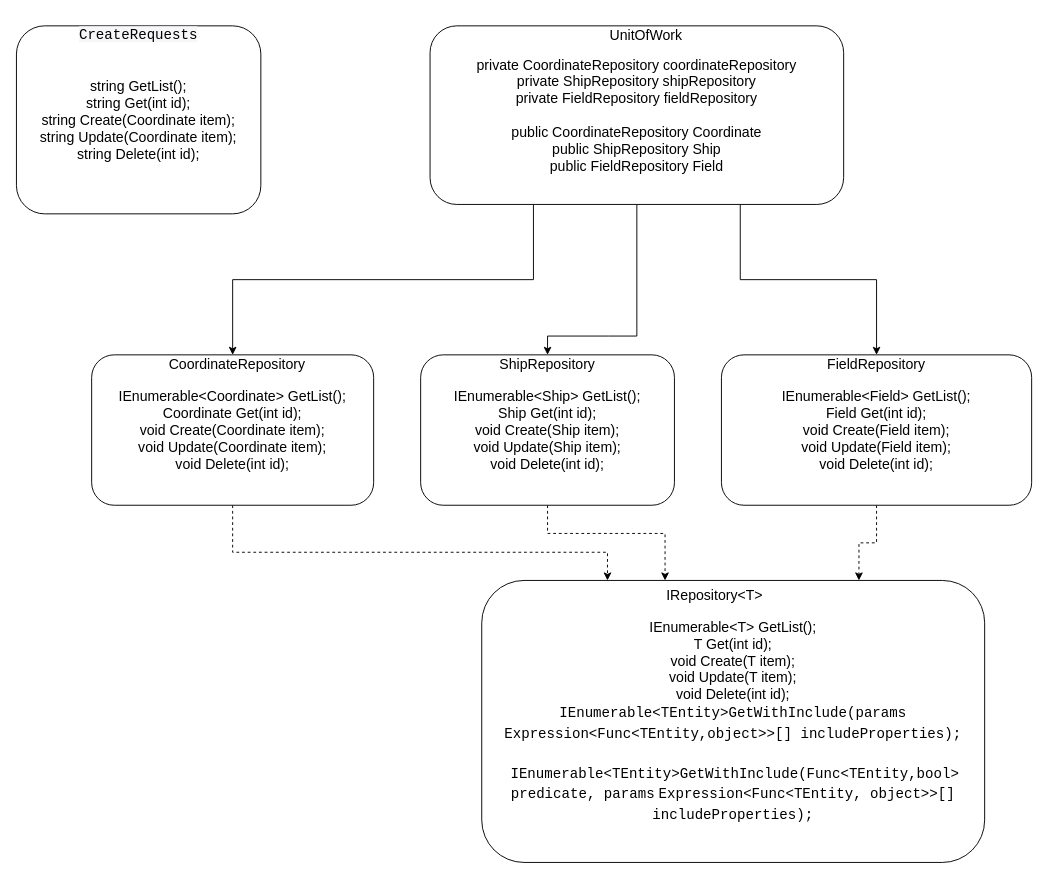
This is Untitled Diagram.drawio from kra5alllez/website, a draw.io file, before an edit. Source tidied: cells renumbered, new cells numbered last; positions are measured from the earlier drawing's top-left corner, leaving out a move shared by most shapes. Both pictures are drawn from the tidied source at 94%, with x=0, y=0 at pixel (16, 16).
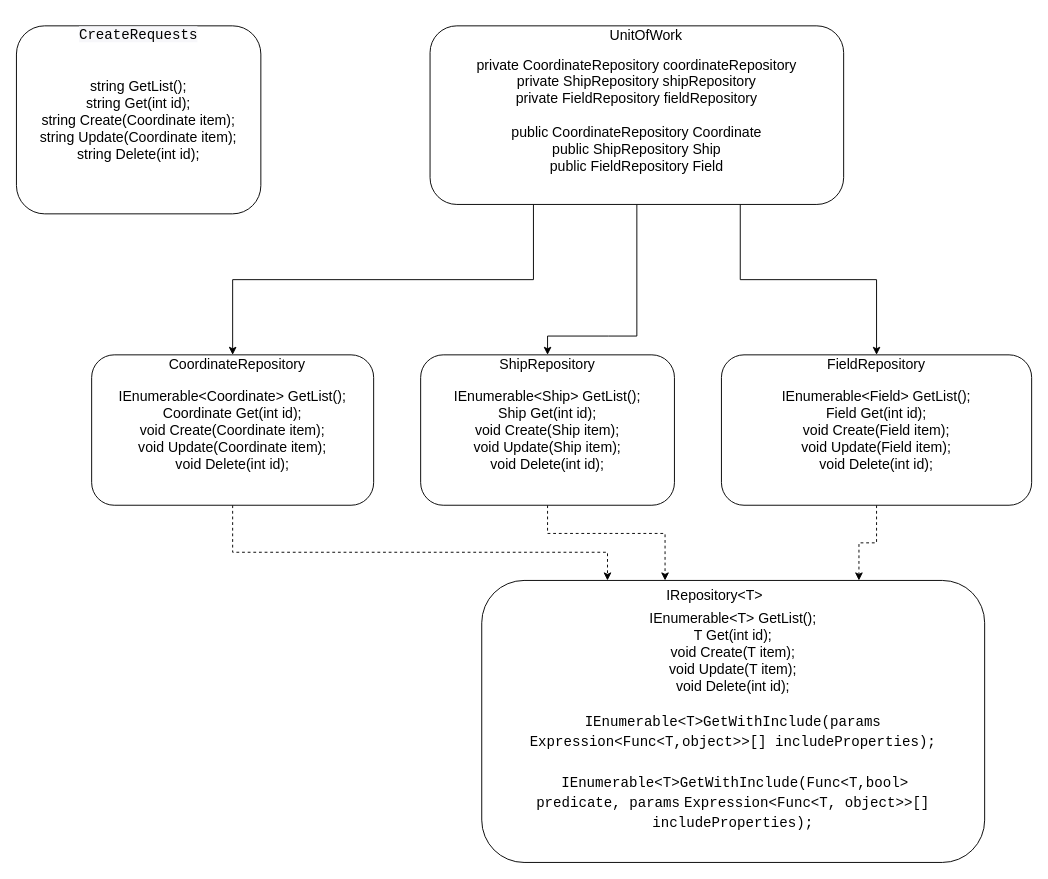
Above is the later version.

Change to the diagram source:
```diff
@@
-    <mxCell id="12" value="&lt;div&gt;&lt;span style=&quot;font-size: 15px&quot;&gt;IEnumerable&amp;lt;T&amp;gt; GetList();&lt;/span&gt;&lt;/div&gt;&lt;font&gt;&lt;div style=&quot;font-size: 15px&quot;&gt;&lt;span&gt;T Get(int id);&lt;/span&gt;&lt;/div&gt;&lt;div style=&quot;font-size: 15px&quot;&gt;&lt;span&gt;void Create(T item);&lt;/span&gt;&lt;/div&gt;&lt;div style=&quot;font-size: 15px&quot;&gt;&lt;span&gt;void Update(T item);&lt;/span&gt;&lt;/div&gt;&lt;div style=&quot;font-size: 15px&quot;&gt;&lt;span&gt;void Delete(int id);&lt;/span&gt;&lt;/div&gt;&lt;p style=&quot;font-size: 15px ; line-height: 19.5px ; border-radius: 0px ; background-image: none ; border: 0px ; float: none ; height: auto ; margin: 0px ; outline: 0px ; overflow: visible ; padding: 0px 0.5em ; position: static ; vertical-align: baseline ; width: auto ; box-sizing: content-box ; min-height: auto&quot;&gt;&lt;font face=&quot;Helvetica&quot;&gt;&lt;code class=&quot;c# plain&quot; style=&quot;line-height: 19.5px ; border-radius: 0px ; background: none ; border: 0px ; float: none ; height: auto ; margin: 0px ; outline: 0px ; overflow: visible ; padding: 0px ; position: static ; vertical-align: baseline ; width: auto ; box-sizing: content-box ; min-height: auto&quot;&gt;IEnumerable&amp;lt;TEntity&amp;gt;GetWithInclude(&lt;/code&gt;&lt;code class=&quot;c# keyword&quot; style=&quot;line-height: 19.5px ; border-radius: 0px ; background: none ; border: 0px ; float: none ; height: auto ; margin: 0px ; outline: 0px ; overflow: visible ; padding: 0px ; position: static ; vertical-align: baseline ; width: auto ; box-sizing: content-box ; min-height: auto&quot;&gt;params&lt;/code&gt; &lt;code class=&quot;c# plain&quot; style=&quot;line-height: 19.5px ; border-radius: 0px ; background: none ; border: 0px ; float: none ; height: auto ; margin: 0px ; outline: 0px ; overflow: visible ; padding: 0px ; position: static ; vertical-align: baseline ; width: auto ; box-sizing: content-box ; min-height: auto&quot;&gt;Expression&amp;lt;Func&amp;lt;TEntity,&lt;/code&gt;&lt;code class=&quot;c# keyword&quot; style=&quot;line-height: 19.5px ; border-radius: 0px ; background: none ; border: 0px ; float: none ; height: auto ; margin: 0px ; outline: 0px ; overflow: visible ; padding: 0px ; position: static ; vertical-align: baseline ; width: auto ; box-sizing: content-box ; min-height: auto&quot;&gt;object&lt;/code&gt;&lt;code class=&quot;c# plain&quot; style=&quot;line-height: 19.5px ; border-radius: 0px ; background: none ; border: 0px ; float: none ; height: auto ; margin: 0px ; outline: 0px ; overflow: visible ; padding: 0px ; position: static ; vertical-align: baseline ; width: auto ; box-sizing: content-box ; min-height: auto&quot;&gt;&amp;gt;&amp;gt;[] includeProperties);&lt;/code&gt;&lt;/font&gt;&lt;/p&gt;&lt;blockquote style=&quot;font-size: 15px ; line-height: 19.5px ; border-radius: 0px ; background-image: none ; border: 0px ; float: none ; height: auto ; margin: 0px ; outline: 0px ; overflow: visible ; padding: 0px 0.5em ; position: static ; vertical-align: baseline ; width: auto ; box-sizing: content-box ; min-height: auto&quot;&gt;&lt;font face=&quot;Helvetica&quot;&gt;&lt;code class=&quot;c# plain&quot; style=&quot;line-height: 19.5px ; border-radius: 0px ; background: none ; border: 0px ; float: none ; height: auto ; margin: 0px ; outline: 0px ; overflow: visible ; padding: 0px ; position: static ; vertical-align: baseline ; width: auto ; box-sizing: content-box ; min-height: auto&quot;&gt;&lt;br&gt;&lt;/code&gt;&lt;/font&gt;&lt;/blockquote&gt;&lt;blockquote style=&quot;font-size: 15px ; line-height: 19.5px ; border-radius: 0px ; background-image: none ; border: 0px ; float: none ; height: auto ; margin: 0px ; outline: 0px ; overflow: visible ; padding: 0px 0.5em ; position: static ; vertical-align: baseline ; width: auto ; box-sizing: content-box ; min-height: auto&quot;&gt;&lt;code class=&quot;c# keyword&quot; style=&quot;line-height: 19.5px ; background: none ; border-radius: 0px ; border: 0px ; float: none ; height: auto ; margin: 0px ; outline: 0px ; overflow: visible ; padding: 0px ; position: static ; vertical-align: baseline ; width: auto ; box-sizing: content-box ; min-height: auto&quot;&gt;&lt;font face=&quot;Helvetica&quot;&gt;&amp;nbsp;&lt;/font&gt;&lt;/code&gt;&lt;code class=&quot;c# plain&quot; style=&quot;line-height: 19.5px ; background: none ; border-radius: 0px ; border: 0px ; float: none ; height: auto ; margin: 0px ; outline: 0px ; overflow: visible ; padding: 0px ; position: static ; vertical-align: baseline ; width: auto ; box-sizing: content-box ; min-height: auto&quot;&gt;IEnumerable&amp;lt;TEntity&amp;gt;GetWithInclude(Func&amp;lt;TEntity,&lt;/code&gt;&lt;code class=&quot;c# keyword&quot; style=&quot;line-height: 19.5px ; background: none ; border-radius: 0px ; border: 0px ; float: none ; height: auto ; margin: 0px ; outline: 0px ; overflow: visible ; padding: 0px ; position: static ; vertical-align: baseline ; width: auto ; box-sizing: content-box ; min-height: auto&quot;&gt;bool&lt;/code&gt;&lt;code class=&quot;c# plain&quot; style=&quot;line-height: 19.5px ; background: none ; border-radius: 0px ; border: 0px ; float: none ; height: auto ; margin: 0px ; outline: 0px ; overflow: visible ; padding: 0px ; position: static ; vertical-align: baseline ; width: auto ; box-sizing: content-box ; min-height: auto&quot;&gt;&amp;gt; predicate,&amp;nbsp;&lt;/code&gt;&lt;code class=&quot;c# keyword&quot; style=&quot;line-height: 19.5px ; background: none ; border-radius: 0px ; border: 0px ; float: none ; height: auto ; margin: 0px ; outline: 0px ; overflow: visible ; padding: 0px ; position: static ; vertical-align: baseline ; width: auto ; box-sizing: content-box ; min-height: auto&quot;&gt;params&lt;/code&gt;&lt;span&gt; &lt;/span&gt;&lt;code class=&quot;c# plain&quot; style=&quot;line-height: 19.5px ; background: none ; border-radius: 0px ; border: 0px ; float: none ; height: auto ; margin: 0px ; outline: 0px ; overflow: visible ; padding: 0px ; position: static ; vertical-align: baseline ; width: auto ; box-sizing: content-box ; min-height: auto&quot;&gt;Expression&amp;lt;Func&amp;lt;TEntity, &lt;/code&gt;&lt;code class=&quot;c# keyword&quot; style=&quot;line-height: 19.5px ; background: none ; border-radius: 0px ; border: 0px ; float: none ; height: auto ; margin: 0px ; outline: 0px ; overflow: visible ; padding: 0px ; position: static ; vertical-align: baseline ; width: auto ; box-sizing: content-box ; min-height: auto&quot;&gt;object&lt;/code&gt;&lt;code class=&quot;c# plain&quot; style=&quot;line-height: 19.5px ; background: none ; border-radius: 0px ; border: 0px ; float: none ; height: auto ; margin: 0px ; outline: 0px ; overflow: visible ; padding: 0px ; position: static ; vertical-align: baseline ; width: auto ; box-sizing: content-box ; min-height: auto&quot;&gt;&amp;gt;&amp;gt;[] includeProperties);&lt;/code&gt;&lt;/blockquote&gt;&lt;/font&gt;" style="rounded=1;whiteSpace=wrap;html=1;" parent="1" vertex="1">
+    <mxCell id="12" value="&lt;div&gt;&lt;span style=&quot;font-size: 15px&quot;&gt;IEnumerable&amp;lt;T&amp;gt; GetList();&lt;/span&gt;&lt;/div&gt;&lt;font&gt;&lt;div style=&quot;font-size: 15px&quot;&gt;&lt;span&gt;T Get(int id);&lt;/span&gt;&lt;/div&gt;&lt;div style=&quot;font-size: 15px&quot;&gt;&lt;span&gt;void Create(T item);&lt;/span&gt;&lt;/div&gt;&lt;div style=&quot;font-size: 15px&quot;&gt;&lt;span&gt;void Update(T item);&lt;/span&gt;&lt;/div&gt;&lt;div style=&quot;font-size: 15px&quot;&gt;&lt;span&gt;void Delete(int id);&lt;/span&gt;&lt;/div&gt;&lt;div style=&quot;font-size: 15px&quot;&gt;&lt;span&gt;&lt;br&gt;&lt;/span&gt;&lt;/div&gt;&lt;p style=&quot;font-size: 15px ; line-height: 19.5px ; border-radius: 0px ; background-image: none ; border: 0px ; float: none ; height: auto ; margin: 0px ; outline: 0px ; overflow: visible ; padding: 0px 0.5em ; position: static ; vertical-align: baseline ; width: auto ; box-sizing: content-box ; min-height: auto&quot;&gt;&lt;font face=&quot;Helvetica&quot;&gt;&lt;code class=&quot;c# plain&quot; style=&quot;line-height: 19.5px ; border-radius: 0px ; background: none ; border: 0px ; float: none ; height: auto ; margin: 0px ; outline: 0px ; overflow: visible ; padding: 0px ; position: static ; vertical-align: baseline ; width: auto ; box-sizing: content-box ; min-height: auto&quot;&gt;IEnumerable&amp;lt;T&amp;gt;GetWithInclude(&lt;/code&gt;&lt;code class=&quot;c# keyword&quot; style=&quot;line-height: 19.5px ; border-radius: 0px ; background: none ; border: 0px ; float: none ; height: auto ; margin: 0px ; outline: 0px ; overflow: visible ; padding: 0px ; position: static ; vertical-align: baseline ; width: auto ; box-sizing: content-box ; min-height: auto&quot;&gt;params&lt;/code&gt; &lt;code class=&quot;c# plain&quot; style=&quot;line-height: 19.5px ; border-radius: 0px ; background: none ; border: 0px ; float: none ; height: auto ; margin: 0px ; outline: 0px ; overflow: visible ; padding: 0px ; position: static ; vertical-align: baseline ; width: auto ; box-sizing: content-box ; min-height: auto&quot;&gt;Expression&amp;lt;Func&amp;lt;T,&lt;/code&gt;&lt;code class=&quot;c# keyword&quot; style=&quot;line-height: 19.5px ; border-radius: 0px ; background: none ; border: 0px ; float: none ; height: auto ; margin: 0px ; outline: 0px ; overflow: visible ; padding: 0px ; position: static ; vertical-align: baseline ; width: auto ; box-sizing: content-box ; min-height: auto&quot;&gt;object&lt;/code&gt;&lt;code class=&quot;c# plain&quot; style=&quot;line-height: 19.5px ; border-radius: 0px ; background: none ; border: 0px ; float: none ; height: auto ; margin: 0px ; outline: 0px ; overflow: visible ; padding: 0px ; position: static ; vertical-align: baseline ; width: auto ; box-sizing: content-box ; min-height: auto&quot;&gt;&amp;gt;&amp;gt;[] includeProperties);&lt;/code&gt;&lt;/font&gt;&lt;/p&gt;&lt;blockquote style=&quot;font-size: 15px ; line-height: 19.5px ; border-radius: 0px ; background-image: none ; border: 0px ; float: none ; height: auto ; margin: 0px ; outline: 0px ; overflow: visible ; padding: 0px 0.5em ; position: static ; vertical-align: baseline ; width: auto ; box-sizing: content-box ; min-height: auto&quot;&gt;&lt;font face=&quot;Helvetica&quot;&gt;&lt;code class=&quot;c# plain&quot; style=&quot;line-height: 19.5px ; border-radius: 0px ; background: none ; border: 0px ; float: none ; height: auto ; margin: 0px ; outline: 0px ; overflow: visible ; padding: 0px ; position: static ; vertical-align: baseline ; width: auto ; box-sizing: content-box ; min-height: auto&quot;&gt;&lt;br&gt;&lt;/code&gt;&lt;/font&gt;&lt;/blockquote&gt;&lt;blockquote style=&quot;font-size: 15px ; line-height: 19.5px ; border-radius: 0px ; background-image: none ; border: 0px ; float: none ; height: auto ; margin: 0px ; outline: 0px ; overflow: visible ; padding: 0px 0.5em ; position: static ; vertical-align: baseline ; width: auto ; box-sizing: content-box ; min-height: auto&quot;&gt;&lt;code class=&quot;c# keyword&quot; style=&quot;line-height: 19.5px ; background: none ; border-radius: 0px ; border: 0px ; float: none ; height: auto ; margin: 0px ; outline: 0px ; overflow: visible ; padding: 0px ; position: static ; vertical-align: baseline ; width: auto ; box-sizing: content-box ; min-height: auto&quot;&gt;&lt;font face=&quot;Helvetica&quot;&gt;&amp;nbsp;&lt;/font&gt;&lt;/code&gt;&lt;code class=&quot;c# plain&quot; style=&quot;line-height: 19.5px ; background: none ; border-radius: 0px ; border: 0px ; float: none ; height: auto ; margin: 0px ; outline: 0px ; overflow: visible ; padding: 0px ; position: static ; vertical-align: baseline ; width: auto ; box-sizing: content-box ; min-height: auto&quot;&gt;IEnumerable&amp;lt;T&amp;gt;GetWithInclude(Func&amp;lt;T,&lt;/code&gt;&lt;code class=&quot;c# keyword&quot; style=&quot;line-height: 19.5px ; background: none ; border-radius: 0px ; border: 0px ; float: none ; height: auto ; margin: 0px ; outline: 0px ; overflow: visible ; padding: 0px ; position: static ; vertical-align: baseline ; width: auto ; box-sizing: content-box ; min-height: auto&quot;&gt;bool&lt;/code&gt;&lt;code class=&quot;c# plain&quot; style=&quot;line-height: 19.5px ; background: none ; border-radius: 0px ; border: 0px ; float: none ; height: auto ; margin: 0px ; outline: 0px ; overflow: visible ; padding: 0px ; position: static ; vertical-align: baseline ; width: auto ; box-sizing: content-box ; min-height: auto&quot;&gt;&amp;gt; predicate,&amp;nbsp;&lt;/code&gt;&lt;code class=&quot;c# keyword&quot; style=&quot;line-height: 19.5px ; background: none ; border-radius: 0px ; border: 0px ; float: none ; height: auto ; margin: 0px ; outline: 0px ; overflow: visible ; padding: 0px ; position: static ; vertical-align: baseline ; width: auto ; box-sizing: content-box ; min-height: auto&quot;&gt;params&lt;/code&gt;&lt;span&gt; &lt;/span&gt;&lt;code class=&quot;c# plain&quot; style=&quot;line-height: 19.5px ; background: none ; border-radius: 0px ; border: 0px ; float: none ; height: auto ; margin: 0px ; outline: 0px ; overflow: visible ; padding: 0px ; position: static ; vertical-align: baseline ; width: auto ; box-sizing: content-box ; min-height: auto&quot;&gt;Expression&amp;lt;Func&amp;lt;T, &lt;/code&gt;&lt;code class=&quot;c# keyword&quot; style=&quot;line-height: 19.5px ; background: none ; border-radius: 0px ; border: 0px ; float: none ; height: auto ; margin: 0px ; outline: 0px ; overflow: visible ; padding: 0px ; position: static ; vertical-align: baseline ; width: auto ; box-sizing: content-box ; min-height: auto&quot;&gt;object&lt;/code&gt;&lt;code class=&quot;c# plain&quot; style=&quot;line-height: 19.5px ; background: none ; border-radius: 0px ; border: 0px ; float: none ; height: auto ; margin: 0px ; outline: 0px ; overflow: visible ; padding: 0px ; position: static ; vertical-align: baseline ; width: auto ; box-sizing: content-box ; min-height: auto&quot;&gt;&amp;gt;&amp;gt;[] includeProperties);&lt;/code&gt;&lt;/blockquote&gt;&lt;/font&gt;" style="rounded=1;whiteSpace=wrap;html=1;" parent="1" vertex="1">
       <mxGeometry x="495" y="600" width="535" height="300" as="geometry" />
     </mxCell>
```
